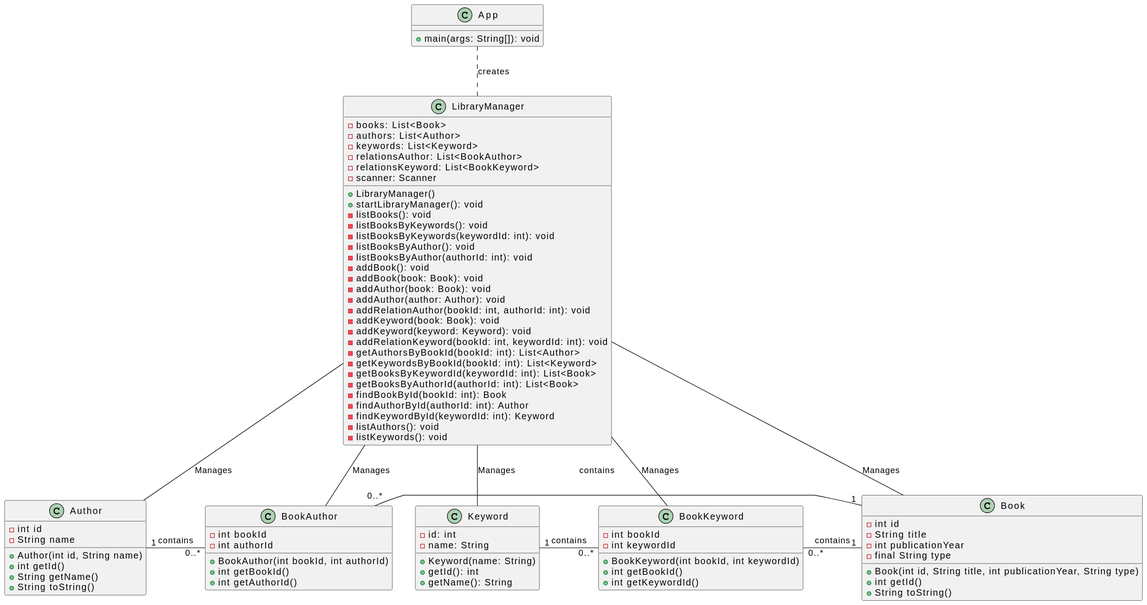
Earlier version of the PlantUML export entregas/saraPatino/images/modelo-final.svg (mmasias/23-24-eda2-ep).
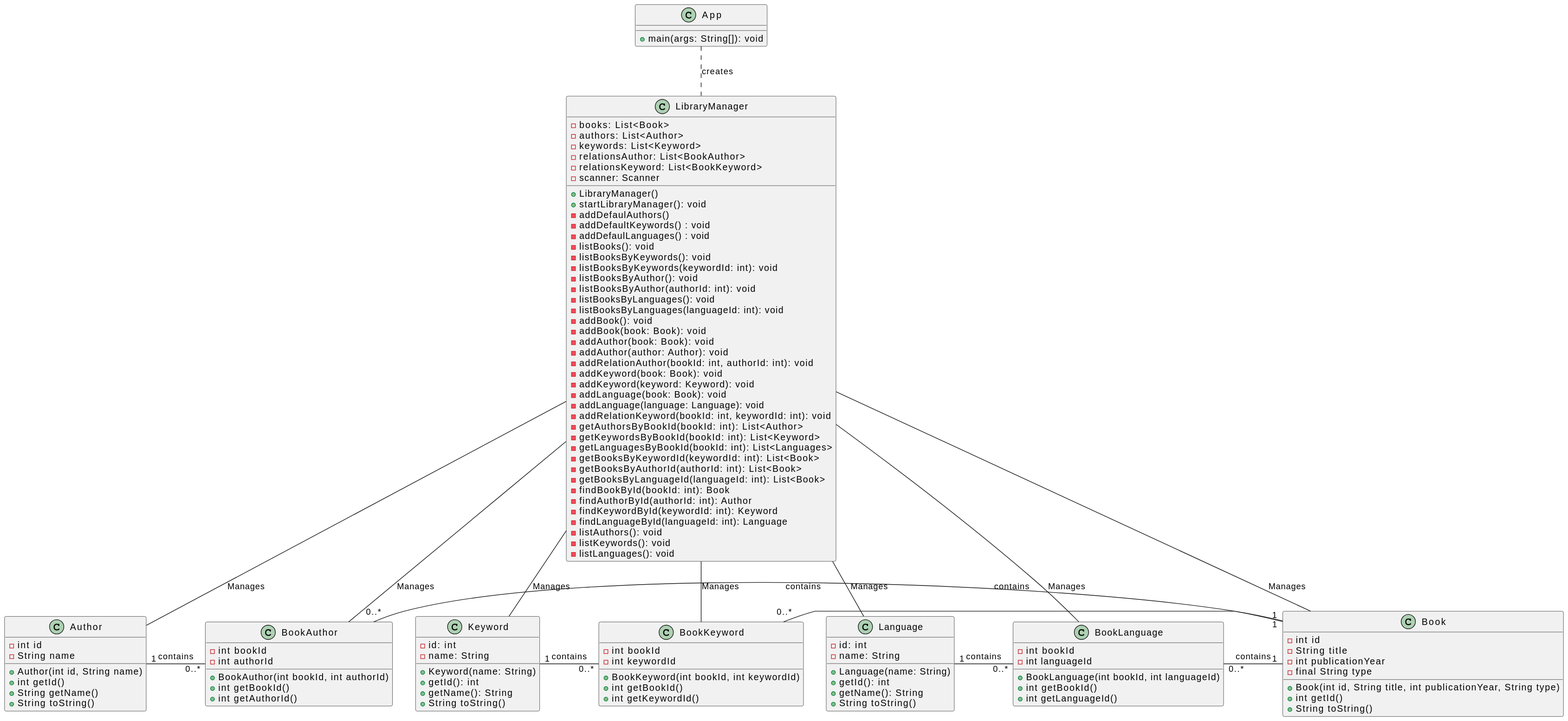
The same file after the commit.

Change to the diagram source:
```diff
@@ -2,13 +2,17 @@
 LibraryManager --  Author: Manages
 LibraryManager -- Book: Manages
 LibraryManager --  Keyword: Manages
+LibraryManager --  Language: Manages
 LibraryManager --  BookKeyword: Manages
 LibraryManager --  BookAuthor: Manages
+LibraryManager --  BookLanguage: Manages
 App .. LibraryManager : creates
 Book "1" -l- "0..*" BookAuthor : contains
 Book "1" -l- "0..*" BookKeyword : contains
 Author "1" --r- "0..*" BookAuthor : contains
 Keyword"1" --r- "0..*" BookKeyword : contains
+Book "1" -l- "0..*" BookLanguage : contains
+Language "1" --r- "0..*" BookLanguage : contains
 
 
 
@@ -21,14 +25,26 @@
         +String toString()
     }
 
-class Keyword{
+class Keyword {
         - id: int
         - name: String
 
         + Keyword(name: String)
         + getId(): int
         + getName(): String
+        + String toString()
     }
+
+class Language {
+        - id: int
+        - name: String
+
+        + Language(name: String)
+        + getId(): int
+        + getName(): String
+        + String toString()
+    }
+
 
 class BookAuthor {
         -int bookId
@@ -56,6 +72,15 @@
         +int getKeywordId()
     }
 
+class BookLanguage {
+        -int bookId
+        -int languageId
+        +BookLanguage(int bookId, int languageId)
+        +int getBookId()
+        +int getLanguageId()
+    }
+
+
 
 
 class LibraryManager {
@@ -68,11 +93,16 @@
 
         + LibraryManager()
         + startLibraryManager(): void
+        - addDefaulAuthors()
+        - addDefaultKeywords() : void
+        - addDefaulLanguages() : void
         - listBooks(): void
         - listBooksByKeywords(): void
         - listBooksByKeywords(keywordId: int): void
         - listBooksByAuthor(): void
         - listBooksByAuthor(authorId: int): void
+        - listBooksByLanguages(): void
+        - listBooksByLanguages(languageId: int): void
         - addBook(): void
         - addBook(book: Book): void
         - addAuthor(book: Book): void
@@ -80,16 +110,22 @@
         - addRelationAuthor(bookId: int, authorId: int): void
         - addKeyword(book: Book): void
         - addKeyword(keyword: Keyword): void
+        - addLanguage(book: Book): void
+        - addLanguage(language: Language): void
         - addRelationKeyword(bookId: int, keywordId: int): void
         - getAuthorsByBookId(bookId: int): List<Author>
         - getKeywordsByBookId(bookId: int): List<Keyword>
+        - getLanguagesByBookId(bookId: int): List<Languages>
         - getBooksByKeywordId(keywordId: int): List<Book>
         - getBooksByAuthorId(authorId: int): List<Book>
+        - getBooksByLanguageId(languageId: int): List<Book>
         - findBookById(bookId: int): Book
         - findAuthorById(authorId: int): Author
         - findKeywordById(keywordId: int): Keyword
+        - findLanguageById(languageId: int): Language
         - listAuthors(): void
         - listKeywords(): void
+        - listLanguages(): void
     }
 
 class App {
```
